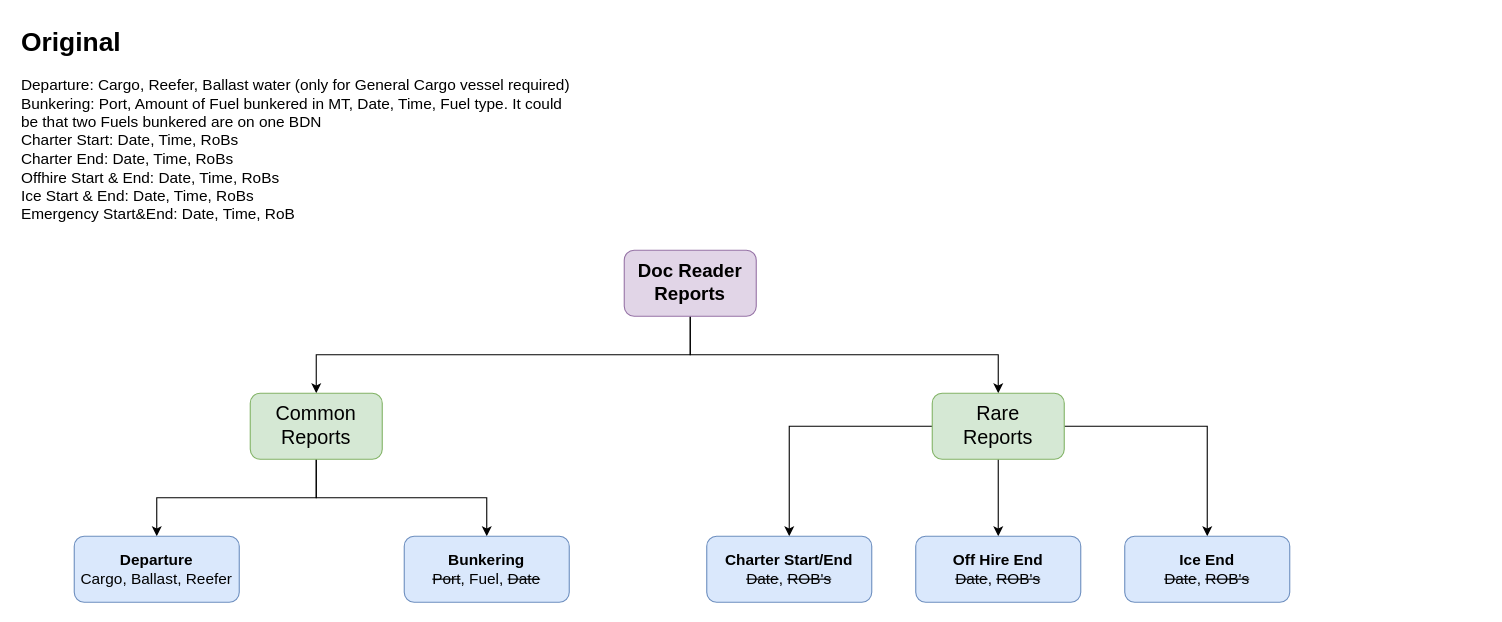
This is page "Doc-Reader" (10 of 10) of mrvtool.drawio from dagistan-tuncbilek/tasarimlar, a draw.io file, before an edit. Source tidied: cells renumbered, new cells numbered last; positions are measured from the earlier drawing's top-left corner, leaving out a move shared by most shapes. Both pictures are drawn from the tidied source at 110%, with x=0, y=0 at pixel (19, 19).
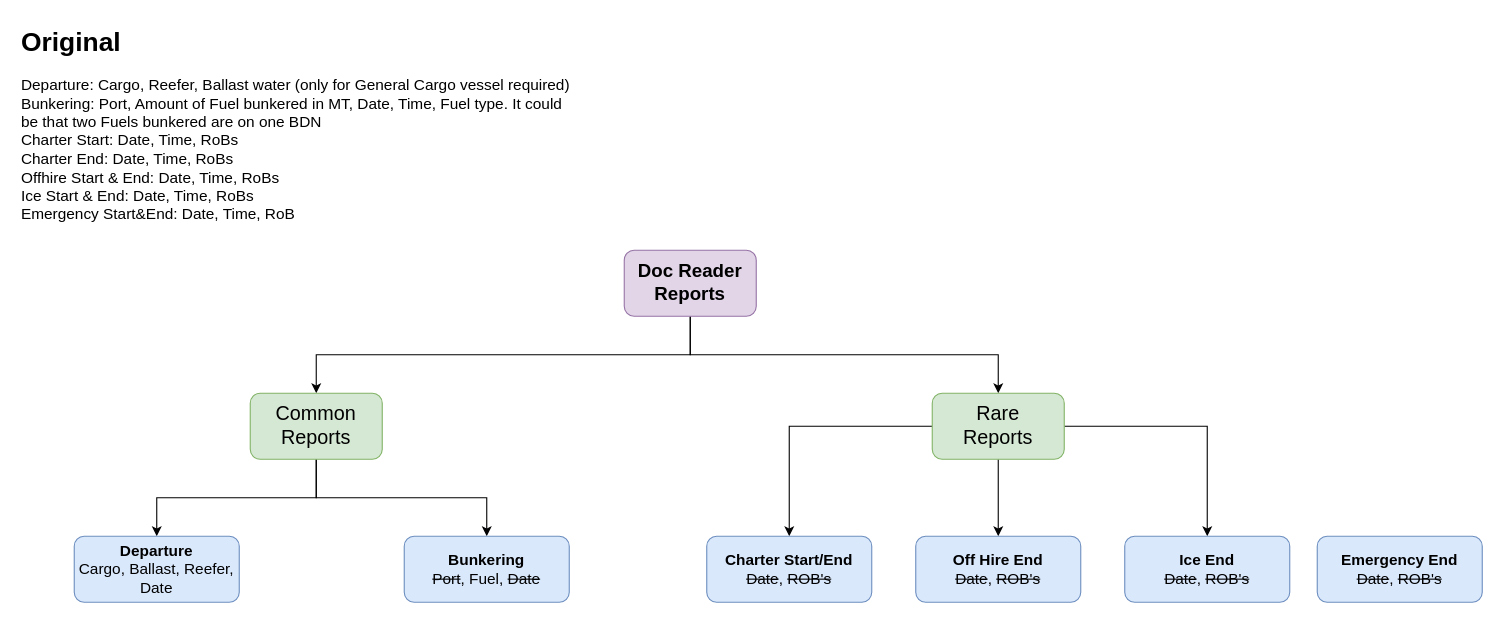
After the change.

What changed in the source:
```diff
@@
 <mxGraphModel>
   <root>
     <mxCell id="0" />
     <mxCell id="1" parent="0" />
     <mxCell id="2" value="&lt;h1 style=&quot;margin-top: 0px;&quot;&gt;Original&lt;/h1&gt;&lt;p style=&quot;font-size: 14px;&quot;&gt;Departure: Cargo, Reefer, Ballast water (only for General Cargo vessel required)&lt;br&gt;Bunkering: Port, Amount of Fuel bunkered in MT, Date, Time, Fuel type. It could be that two Fuels bunkered are on one BDN&lt;br&gt;Charter Start: Date, Time, RoBs&lt;br&gt;Charter End: Date, Time, RoBs&lt;br&gt;Offhire Start &amp;amp; End: Date, Time, RoBs&lt;br&gt;Ice Start &amp;amp; End: Date, Time, RoBs&lt;br&gt;Emergency Start&amp;amp;End: Date, Time, RoB&lt;/p&gt;" style="text;html=1;whiteSpace=wrap;overflow=hidden;rounded=0;" parent="1" vertex="1">
       <mxGeometry width="510" height="200" as="geometry" />
     </mxCell>
     <mxCell id="3" style="edgeStyle=orthogonalEdgeStyle;rounded=0;jettySize=auto;html=1;entryX=0.5;entryY=0;entryDx=0;entryDy=0;exitX=0.5;exitY=1;exitDx=0;exitDy=0;" parent="1" edge="1" source="5" target="8">
       <mxGeometry relative="1" as="geometry" />
     </mxCell>
     <mxCell id="4" style="edgeStyle=orthogonalEdgeStyle;rounded=0;jettySize=auto;html=1;entryX=0.5;entryY=0;entryDx=0;entryDy=0;exitX=0.5;exitY=1;exitDx=0;exitDy=0;" parent="1" edge="1" source="5" target="12">
       <mxGeometry relative="1" as="geometry" />
     </mxCell>
     <mxCell id="5" value="Doc Reader &lt;font style=&quot;font-size: 17px;&quot;&gt;Reports&lt;/font&gt;" style="rounded=1;whiteSpace=wrap;html=1;fontSize=17;fontStyle=1;fillColor=#e1d5e7;strokeColor=#9673a6;" parent="1" vertex="1">
       <mxGeometry x="550" y="210" width="120" height="60" as="geometry" />
     </mxCell>
     <mxCell id="6" style="edgeStyle=orthogonalEdgeStyle;rounded=0;jettySize=auto;html=1;entryX=0.5;entryY=0;entryDx=0;entryDy=0;exitX=0.5;exitY=1;exitDx=0;exitDy=0;" parent="1" edge="1" source="8" target="13">
       <mxGeometry relative="1" as="geometry" />
     </mxCell>
     <mxCell id="7" style="edgeStyle=orthogonalEdgeStyle;rounded=0;jettySize=auto;html=1;exitX=0.5;exitY=1;exitDx=0;exitDy=0;" parent="1" edge="1" source="8" target="14">
       <mxGeometry relative="1" as="geometry" />
     </mxCell>
     <mxCell id="8" value="&lt;font style=&quot;font-size: 18px;&quot;&gt;Common Reports&lt;br&gt;&lt;/font&gt;" style="rounded=1;whiteSpace=wrap;html=1;fillColor=#d5e8d4;strokeColor=#82b366;" parent="1" vertex="1">
       <mxGeometry x="210" y="340" width="120" height="60" as="geometry" />
     </mxCell>
     <mxCell id="9" style="edgeStyle=orthogonalEdgeStyle;rounded=0;jettySize=auto;html=1;entryX=0.5;entryY=0;entryDx=0;entryDy=0;" parent="1" edge="1" source="12" target="16">
       <mxGeometry relative="1" as="geometry" />
     </mxCell>
     <mxCell id="10" style="edgeStyle=orthogonalEdgeStyle;rounded=0;jettySize=auto;html=1;entryX=0.5;entryY=0;entryDx=0;entryDy=0;" parent="1" edge="1" source="12" target="15">
       <mxGeometry relative="1" as="geometry" />
     </mxCell>
     <mxCell id="11" style="edgeStyle=orthogonalEdgeStyle;rounded=0;jettySize=auto;html=1;entryX=0.5;entryY=0;entryDx=0;entryDy=0;" parent="1" edge="1" source="12" target="17">
       <mxGeometry relative="1" as="geometry" />
     </mxCell>
     <mxCell id="12" value="&lt;div&gt;&lt;font style=&quot;font-size: 18px;&quot;&gt;Rare&lt;/font&gt;&lt;/div&gt;&lt;div&gt;&lt;font style=&quot;font-size: 18px;&quot;&gt;Reports&lt;/font&gt;&lt;/div&gt;" style="rounded=1;whiteSpace=wrap;html=1;fillColor=#d5e8d4;strokeColor=#82b366;" parent="1" vertex="1">
       <mxGeometry x="830" y="340" width="120" height="60" as="geometry" />
     </mxCell>
-    <mxCell id="13" value="&lt;div&gt;&lt;b&gt;Departure&lt;/b&gt;&lt;/div&gt;&lt;div&gt;Cargo, Ballast, Reefer&lt;br&gt;&lt;/div&gt;" style="rounded=1;whiteSpace=wrap;html=1;fontSize=14;fillColor=#dae8fc;strokeColor=#6c8ebf;" parent="1" vertex="1">
+    <mxCell id="13" value="&lt;div&gt;&lt;b&gt;Departure&lt;/b&gt;&lt;/div&gt;&lt;div&gt;Cargo, Ballast, Reefer, Date&lt;br&gt;&lt;/div&gt;" style="rounded=1;whiteSpace=wrap;html=1;fontSize=14;fillColor=#dae8fc;strokeColor=#6c8ebf;" parent="1" vertex="1">
       <mxGeometry x="50" y="470" width="150" height="60" as="geometry" />
     </mxCell>
     <mxCell id="14" value="&lt;div&gt;&lt;b&gt;Bunkering&lt;/b&gt;&lt;/div&gt;&lt;div&gt;&lt;strike&gt;Port&lt;/strike&gt;, Fuel, &lt;strike&gt;Date&lt;/strike&gt;&lt;br&gt;&lt;/div&gt;" style="rounded=1;whiteSpace=wrap;html=1;fontSize=14;fillColor=#dae8fc;strokeColor=#6c8ebf;" parent="1" vertex="1">
       <mxGeometry x="350" y="470" width="150" height="60" as="geometry" />
     </mxCell>
     <mxCell id="15" value="&lt;div&gt;&lt;b&gt;Charter Start/End&lt;br&gt;&lt;/b&gt;&lt;/div&gt;&lt;div&gt;&lt;strike&gt;Date&lt;/strike&gt;, &lt;strike&gt;ROB's&lt;/strike&gt;&lt;br&gt;&lt;/div&gt;" style="rounded=1;whiteSpace=wrap;html=1;fontSize=14;fillColor=#dae8fc;strokeColor=#6c8ebf;" parent="1" vertex="1">
       <mxGeometry x="625" y="470" width="150" height="60" as="geometry" />
     </mxCell>
     <mxCell id="16" value="&lt;div&gt;&lt;b&gt;Off Hire End&lt;br&gt;&lt;/b&gt;&lt;/div&gt;&lt;div&gt;&lt;strike&gt;Date&lt;/strike&gt;, &lt;strike&gt;ROB's&lt;/strike&gt;&lt;br&gt;&lt;/div&gt;" style="rounded=1;whiteSpace=wrap;html=1;fontSize=14;fillColor=#dae8fc;strokeColor=#6c8ebf;" parent="1" vertex="1">
       <mxGeometry x="815" y="470" width="150" height="60" as="geometry" />
     </mxCell>
     <mxCell id="17" value="&lt;div&gt;&lt;b&gt;Ice End&lt;br&gt;&lt;/b&gt;&lt;/div&gt;&lt;div&gt;&lt;strike&gt;Date&lt;/strike&gt;, &lt;strike&gt;ROB's&lt;/strike&gt;&lt;br&gt;&lt;/div&gt;" style="rounded=1;whiteSpace=wrap;html=1;fontSize=14;fillColor=#dae8fc;strokeColor=#6c8ebf;" parent="1" vertex="1">
       <mxGeometry x="1005" y="470" width="150" height="60" as="geometry" />
     </mxCell>
+    <mxCell id="18" value="&lt;div&gt;&lt;b&gt;Emergency End&lt;br&gt;&lt;/b&gt;&lt;/div&gt;&lt;div&gt;&lt;strike&gt;Date&lt;/strike&gt;, &lt;strike&gt;ROB's&lt;/strike&gt;&lt;br&gt;&lt;/div&gt;" style="rounded=1;whiteSpace=wrap;html=1;fontSize=14;fillColor=#dae8fc;strokeColor=#6c8ebf;" parent="1" vertex="1">
+      <mxGeometry x="1180" y="470" width="150" height="60" as="geometry" />
+    </mxCell>
   </root>
 </mxGraphModel>
```
